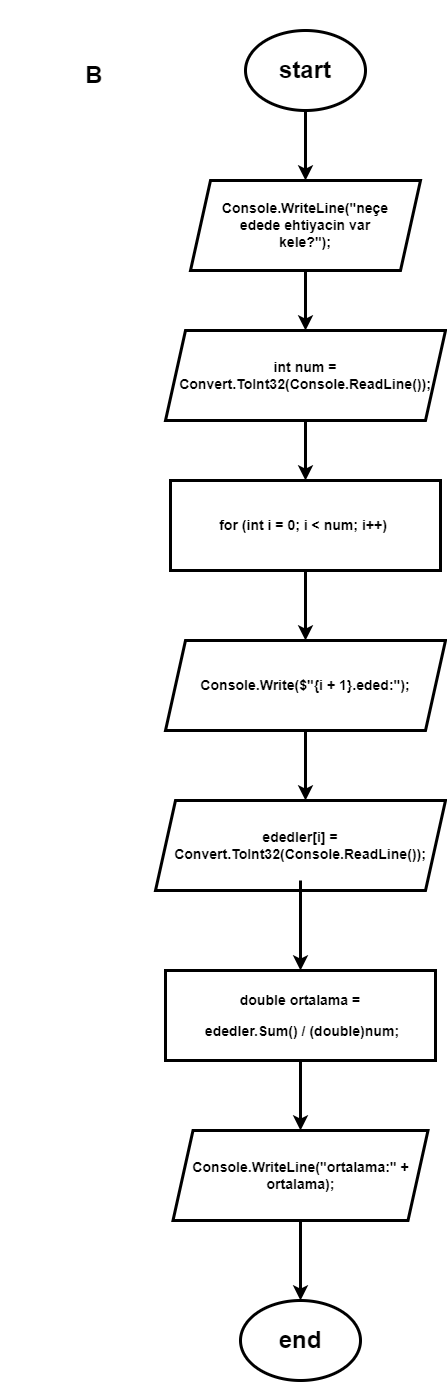
Mehemmed-Cf/assigment keeps this draw.io diagram as flowchart Task B.png. Above is the earlier version. Source tidied: cells renumbered, new cells last; positions are measured from the earlier drawing's top-left corner, leaving out a move shared by most shapes. Source of this version:
```xml
<mxGraphModel>
  <root>
    <mxCell id="0" />
    <mxCell id="1" parent="0" />
    <mxCell id="2" style="edgeStyle=orthogonalEdgeStyle;rounded=0;jettySize=auto;html=1;entryX=0.5;entryY=0;entryDx=0;entryDy=0;strokeWidth=3;" parent="1" edge="1" source="3" target="6">
      <mxGeometry relative="1" as="geometry" />
    </mxCell>
    <mxCell id="3" style="ellipse;whiteSpace=wrap;html=1;strokeWidth=3;" parent="1" vertex="1">
      <mxGeometry x="245" y="20" width="120" height="80" as="geometry" />
    </mxCell>
    <mxCell id="4" value="&lt;h1&gt;start&lt;/h1&gt;" style="text;html=1;strokeColor=none;fillColor=none;align=center;verticalAlign=middle;whiteSpace=wrap;rounded=0;strokeWidth=10;" parent="1" vertex="1">
      <mxGeometry x="255" y="35" width="100" height="50" as="geometry" />
    </mxCell>
    <mxCell id="5" style="edgeStyle=orthogonalEdgeStyle;rounded=0;jettySize=auto;html=1;exitX=0.5;exitY=1;exitDx=0;exitDy=0;entryX=0.5;entryY=0;entryDx=0;entryDy=0;strokeWidth=3;" parent="1" edge="1" source="6" target="9">
      <mxGeometry relative="1" as="geometry" />
    </mxCell>
    <mxCell id="6" style="shape=parallelogram;perimeter=parallelogramPerimeter;whiteSpace=wrap;html=1;fixedSize=1;strokeWidth=3;" parent="1" vertex="1">
      <mxGeometry x="190" y="170" width="230" height="90" as="geometry" />
    </mxCell>
    <mxCell id="7" value="&lt;h3&gt;Console.WriteLine(&quot;neçe edede ehtiyacin var kele?&quot;);&lt;/h3&gt;" style="text;html=1;strokeColor=none;fillColor=none;align=center;verticalAlign=middle;whiteSpace=wrap;rounded=0;" parent="1" vertex="1">
      <mxGeometry x="215" y="180" width="180" height="70" as="geometry" />
    </mxCell>
    <mxCell id="8" style="edgeStyle=orthogonalEdgeStyle;rounded=0;jettySize=auto;html=1;exitX=0.5;exitY=1;exitDx=0;exitDy=0;entryX=0.5;entryY=0;entryDx=0;entryDy=0;strokeWidth=3;" parent="1" edge="1" source="9" target="12">
      <mxGeometry relative="1" as="geometry" />
    </mxCell>
    <mxCell id="9" style="shape=parallelogram;perimeter=parallelogramPerimeter;whiteSpace=wrap;html=1;fixedSize=1;strokeWidth=3;" parent="1" vertex="1">
      <mxGeometry x="165" y="320" width="280" height="90" as="geometry" />
    </mxCell>
    <mxCell id="10" value="&lt;h3&gt;int num = Convert.ToInt32(Console.ReadLine());&lt;/h3&gt;" style="text;html=1;strokeColor=none;fillColor=none;align=center;verticalAlign=middle;whiteSpace=wrap;rounded=0;" parent="1" vertex="1">
      <mxGeometry x="215" y="330" width="180" height="70" as="geometry" />
    </mxCell>
    <mxCell id="11" style="edgeStyle=orthogonalEdgeStyle;rounded=0;jettySize=auto;html=1;exitX=0.5;exitY=1;exitDx=0;exitDy=0;entryX=0.5;entryY=0;entryDx=0;entryDy=0;strokeWidth=3;" parent="1" edge="1" source="12" target="14">
      <mxGeometry relative="1" as="geometry" />
    </mxCell>
    <mxCell id="12" style="rounded=0;whiteSpace=wrap;html=1;strokeWidth=3;" parent="1" vertex="1">
      <mxGeometry x="170" y="470" width="270" height="90" as="geometry" />
    </mxCell>
    <mxCell id="13" value="&lt;h3&gt;for (int i = 0; i &amp;lt; num; i++)&amp;nbsp;&lt;/h3&gt;" style="text;html=1;strokeColor=none;fillColor=none;align=center;verticalAlign=middle;whiteSpace=wrap;rounded=0;" parent="1" vertex="1">
      <mxGeometry x="175" y="480" width="260" height="70" as="geometry" />
    </mxCell>
    <mxCell id="14" style="shape=parallelogram;perimeter=parallelogramPerimeter;whiteSpace=wrap;html=1;fixedSize=1;strokeWidth=3;" parent="1" vertex="1">
      <mxGeometry x="165" y="630" width="280" height="90" as="geometry" />
    </mxCell>
    <mxCell id="15" value="&lt;h3&gt;Console.Write($&quot;{i + 1}.eded:&quot;);&lt;/h3&gt;" style="text;html=1;strokeColor=none;fillColor=none;align=center;verticalAlign=middle;whiteSpace=wrap;rounded=0;strokeWidth=1;" parent="1" vertex="1">
      <mxGeometry x="185" y="640" width="240" height="70" as="geometry" />
    </mxCell>
    <mxCell id="16" style="shape=parallelogram;perimeter=parallelogramPerimeter;whiteSpace=wrap;html=1;fixedSize=1;strokeWidth=3;" parent="1" vertex="1">
      <mxGeometry x="155" y="790" width="290" height="90" as="geometry" />
    </mxCell>
    <mxCell id="17" style="edgeStyle=orthogonalEdgeStyle;rounded=0;jettySize=auto;html=1;entryX=0.5;entryY=0;entryDx=0;entryDy=0;strokeWidth=3;" parent="1" edge="1" source="18" target="21">
      <mxGeometry relative="1" as="geometry" />
    </mxCell>
    <mxCell id="18" value="&lt;h3&gt;ededler[i] = Convert.ToInt32(Console.ReadLine());&lt;/h3&gt;" style="text;html=1;strokeColor=none;fillColor=none;align=center;verticalAlign=middle;whiteSpace=wrap;rounded=0;" parent="1" vertex="1">
      <mxGeometry x="185" y="800" width="230" height="70" as="geometry" />
    </mxCell>
    <mxCell id="19" style="endArrow=classic;html=1;rounded=0;exitX=0.5;exitY=1;exitDx=0;exitDy=0;strokeWidth=3;" parent="1" edge="1" source="14">
      <mxGeometry relative="1" as="geometry">
        <mxPoint x="305" y="790" as="targetPoint" />
      </mxGeometry>
    </mxCell>
    <mxCell id="20" style="edgeStyle=orthogonalEdgeStyle;rounded=0;jettySize=auto;html=1;exitX=0.5;exitY=1;exitDx=0;exitDy=0;entryX=0.5;entryY=0;entryDx=0;entryDy=0;strokeWidth=3;" parent="1" edge="1" source="21" target="23">
      <mxGeometry relative="1" as="geometry" />
    </mxCell>
    <mxCell id="21" value="&lt;h3&gt;double ortalama =&lt;/h3&gt;&lt;h3&gt;&amp;nbsp;ededler.Sum() / (double)num;&lt;/h3&gt;" style="rounded=0;whiteSpace=wrap;html=1;strokeWidth=3;" parent="1" vertex="1">
      <mxGeometry x="165" y="960" width="270" height="90" as="geometry" />
    </mxCell>
    <mxCell id="22" style="edgeStyle=orthogonalEdgeStyle;rounded=0;jettySize=auto;html=1;exitX=0.5;exitY=1;exitDx=0;exitDy=0;entryX=0.5;entryY=0;entryDx=0;entryDy=0;strokeWidth=3;" parent="1" edge="1" source="23" target="24">
      <mxGeometry relative="1" as="geometry" />
    </mxCell>
    <mxCell id="23" value="&lt;h3&gt;Console.WriteLine(&quot;ortalama:&quot; + ortalama);&lt;/h3&gt;" style="shape=parallelogram;perimeter=parallelogramPerimeter;whiteSpace=wrap;html=1;fixedSize=1;strokeWidth=3;" parent="1" vertex="1">
      <mxGeometry x="172.5" y="1120" width="255" height="90" as="geometry" />
    </mxCell>
    <mxCell id="24" value="&lt;h1&gt;end&lt;/h1&gt;" style="ellipse;whiteSpace=wrap;html=1;strokeWidth=3;" parent="1" vertex="1">
      <mxGeometry x="240" y="1290" width="120" height="80" as="geometry" />
    </mxCell>
    <mxCell id="25" value="&lt;h1&gt;&amp;nbsp; &amp;nbsp; &amp;nbsp; &amp;nbsp; &amp;nbsp;&lt;/h1&gt;&lt;h1&gt;&amp;nbsp; &amp;nbsp; &amp;nbsp; &amp;nbsp; &amp;nbsp; &amp;nbsp; B&lt;/h1&gt;" style="text;html=1;strokeColor=none;fillColor=none;spacing=5;spacingTop=-20;whiteSpace=wrap;overflow=hidden;rounded=0;strokeWidth=1;" parent="1" vertex="1">
      <mxGeometry width="190" height="120" as="geometry" />
    </mxCell>
  </root>
</mxGraphModel>
```
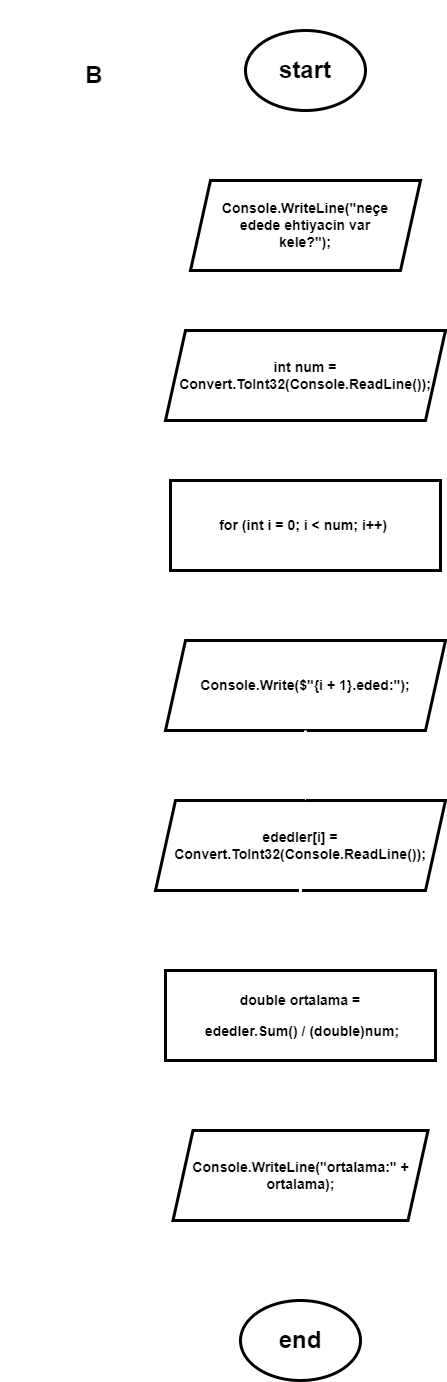
The same file after the commit.

Change to the diagram source:
```diff
@@ -2,7 +2,7 @@
   <root>
     <mxCell id="0" />
     <mxCell id="1" parent="0" />
-    <mxCell id="2" style="edgeStyle=orthogonalEdgeStyle;rounded=0;jettySize=auto;html=1;entryX=0.5;entryY=0;entryDx=0;entryDy=0;strokeWidth=3;" parent="1" edge="1" source="3" target="6">
+    <mxCell id="2" style="edgeStyle=orthogonalEdgeStyle;rounded=0;jettySize=auto;html=1;entryX=0.5;entryY=0;entryDx=0;entryDy=0;strokeWidth=3;strokeColor=#FFFFFF;" parent="1" edge="1" source="3" target="6">
       <mxGeometry relative="1" as="geometry" />
     </mxCell>
     <mxCell id="3" style="ellipse;whiteSpace=wrap;html=1;strokeWidth=3;" parent="1" vertex="1">
@@ -11,7 +11,7 @@
     <mxCell id="4" value="&lt;h1&gt;start&lt;/h1&gt;" style="text;html=1;strokeColor=none;fillColor=none;align=center;verticalAlign=middle;whiteSpace=wrap;rounded=0;strokeWidth=10;" parent="1" vertex="1">
       <mxGeometry x="255" y="35" width="100" height="50" as="geometry" />
     </mxCell>
-    <mxCell id="5" style="edgeStyle=orthogonalEdgeStyle;rounded=0;jettySize=auto;html=1;exitX=0.5;exitY=1;exitDx=0;exitDy=0;entryX=0.5;entryY=0;entryDx=0;entryDy=0;strokeWidth=3;" parent="1" edge="1" source="6" target="9">
+    <mxCell id="5" style="edgeStyle=orthogonalEdgeStyle;rounded=0;jettySize=auto;html=1;exitX=0.5;exitY=1;exitDx=0;exitDy=0;entryX=0.5;entryY=0;entryDx=0;entryDy=0;strokeWidth=3;strokeColor=#FFFFFF;" parent="1" edge="1" source="6" target="9">
       <mxGeometry relative="1" as="geometry" />
     </mxCell>
     <mxCell id="6" style="shape=parallelogram;perimeter=parallelogramPerimeter;whiteSpace=wrap;html=1;fixedSize=1;strokeWidth=3;" parent="1" vertex="1">
@@ -20,7 +20,7 @@
     <mxCell id="7" value="&lt;h3&gt;Console.WriteLine(&quot;neçe edede ehtiyacin var kele?&quot;);&lt;/h3&gt;" style="text;html=1;strokeColor=none;fillColor=none;align=center;verticalAlign=middle;whiteSpace=wrap;rounded=0;" parent="1" vertex="1">
       <mxGeometry x="215" y="180" width="180" height="70" as="geometry" />
     </mxCell>
-    <mxCell id="8" style="edgeStyle=orthogonalEdgeStyle;rounded=0;jettySize=auto;html=1;exitX=0.5;exitY=1;exitDx=0;exitDy=0;entryX=0.5;entryY=0;entryDx=0;entryDy=0;strokeWidth=3;" parent="1" edge="1" source="9" target="12">
+    <mxCell id="8" style="edgeStyle=orthogonalEdgeStyle;rounded=0;jettySize=auto;html=1;exitX=0.5;exitY=1;exitDx=0;exitDy=0;entryX=0.5;entryY=0;entryDx=0;entryDy=0;strokeWidth=3;strokeColor=#FFFFFF;" parent="1" edge="1" source="9" target="12">
       <mxGeometry relative="1" as="geometry" />
     </mxCell>
     <mxCell id="9" style="shape=parallelogram;perimeter=parallelogramPerimeter;whiteSpace=wrap;html=1;fixedSize=1;strokeWidth=3;" parent="1" vertex="1">
@@ -29,7 +29,7 @@
     <mxCell id="10" value="&lt;h3&gt;int num = Convert.ToInt32(Console.ReadLine());&lt;/h3&gt;" style="text;html=1;strokeColor=none;fillColor=none;align=center;verticalAlign=middle;whiteSpace=wrap;rounded=0;" parent="1" vertex="1">
       <mxGeometry x="215" y="330" width="180" height="70" as="geometry" />
     </mxCell>
-    <mxCell id="11" style="edgeStyle=orthogonalEdgeStyle;rounded=0;jettySize=auto;html=1;exitX=0.5;exitY=1;exitDx=0;exitDy=0;entryX=0.5;entryY=0;entryDx=0;entryDy=0;strokeWidth=3;" parent="1" edge="1" source="12" target="14">
+    <mxCell id="11" style="edgeStyle=orthogonalEdgeStyle;rounded=0;jettySize=auto;html=1;exitX=0.5;exitY=1;exitDx=0;exitDy=0;entryX=0.5;entryY=0;entryDx=0;entryDy=0;strokeWidth=3;strokeColor=#FFFFFF;" parent="1" edge="1" source="12" target="14">
       <mxGeometry relative="1" as="geometry" />
     </mxCell>
     <mxCell id="12" style="rounded=0;whiteSpace=wrap;html=1;strokeWidth=3;" parent="1" vertex="1">
@@ -47,24 +47,24 @@
     <mxCell id="16" style="shape=parallelogram;perimeter=parallelogramPerimeter;whiteSpace=wrap;html=1;fixedSize=1;strokeWidth=3;" parent="1" vertex="1">
       <mxGeometry x="155" y="790" width="290" height="90" as="geometry" />
     </mxCell>
-    <mxCell id="17" style="edgeStyle=orthogonalEdgeStyle;rounded=0;jettySize=auto;html=1;entryX=0.5;entryY=0;entryDx=0;entryDy=0;strokeWidth=3;" parent="1" edge="1" source="18" target="21">
+    <mxCell id="17" style="edgeStyle=orthogonalEdgeStyle;rounded=0;jettySize=auto;html=1;entryX=0.5;entryY=0;entryDx=0;entryDy=0;strokeWidth=3;strokeColor=#FFFFFF;" parent="1" edge="1" source="18" target="21">
       <mxGeometry relative="1" as="geometry" />
     </mxCell>
     <mxCell id="18" value="&lt;h3&gt;ededler[i] = Convert.ToInt32(Console.ReadLine());&lt;/h3&gt;" style="text;html=1;strokeColor=none;fillColor=none;align=center;verticalAlign=middle;whiteSpace=wrap;rounded=0;" parent="1" vertex="1">
       <mxGeometry x="185" y="800" width="230" height="70" as="geometry" />
     </mxCell>
-    <mxCell id="19" style="endArrow=classic;html=1;rounded=0;exitX=0.5;exitY=1;exitDx=0;exitDy=0;strokeWidth=3;" parent="1" edge="1" source="14">
+    <mxCell id="19" style="endArrow=classic;html=1;rounded=0;exitX=0.5;exitY=1;exitDx=0;exitDy=0;strokeWidth=3;strokeColor=#FFFFFF;" parent="1" edge="1" source="14">
       <mxGeometry relative="1" as="geometry">
         <mxPoint x="305" y="790" as="targetPoint" />
       </mxGeometry>
     </mxCell>
-    <mxCell id="20" style="edgeStyle=orthogonalEdgeStyle;rounded=0;jettySize=auto;html=1;exitX=0.5;exitY=1;exitDx=0;exitDy=0;entryX=0.5;entryY=0;entryDx=0;entryDy=0;strokeWidth=3;" parent="1" edge="1" source="21" target="23">
+    <mxCell id="20" style="edgeStyle=orthogonalEdgeStyle;rounded=0;jettySize=auto;html=1;exitX=0.5;exitY=1;exitDx=0;exitDy=0;entryX=0.5;entryY=0;entryDx=0;entryDy=0;strokeWidth=3;strokeColor=#FFFFFF;" parent="1" edge="1" source="21" target="23">
       <mxGeometry relative="1" as="geometry" />
     </mxCell>
     <mxCell id="21" value="&lt;h3&gt;double ortalama =&lt;/h3&gt;&lt;h3&gt;&amp;nbsp;ededler.Sum() / (double)num;&lt;/h3&gt;" style="rounded=0;whiteSpace=wrap;html=1;strokeWidth=3;" parent="1" vertex="1">
       <mxGeometry x="165" y="960" width="270" height="90" as="geometry" />
     </mxCell>
-    <mxCell id="22" style="edgeStyle=orthogonalEdgeStyle;rounded=0;jettySize=auto;html=1;exitX=0.5;exitY=1;exitDx=0;exitDy=0;entryX=0.5;entryY=0;entryDx=0;entryDy=0;strokeWidth=3;" parent="1" edge="1" source="23" target="24">
+    <mxCell id="22" style="edgeStyle=orthogonalEdgeStyle;rounded=0;jettySize=auto;html=1;exitX=0.5;exitY=1;exitDx=0;exitDy=0;entryX=0.5;entryY=0;entryDx=0;entryDy=0;strokeWidth=3;strokeColor=#FFFFFF;" parent="1" edge="1" source="23" target="24">
       <mxGeometry relative="1" as="geometry" />
     </mxCell>
     <mxCell id="23" value="&lt;h3&gt;Console.WriteLine(&quot;ortalama:&quot; + ortalama);&lt;/h3&gt;" style="shape=parallelogram;perimeter=parallelogramPerimeter;whiteSpace=wrap;html=1;fixedSize=1;strokeWidth=3;" parent="1" vertex="1">
```
